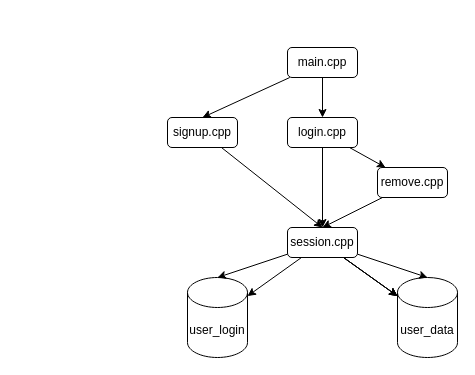
Above: projects/concept-ideas/banking-system/src/diagram.drawio in Jcabarus/personal (draw.io), before the change. Source tidied: cells renumbered, new cells numbered last; positions are measured from the earlier drawing's top-left corner, leaving out a move shared by most shapes. Both pictures are drawn from the tidied source at 100%, with x=0, y=0 at pixel (167, 47).
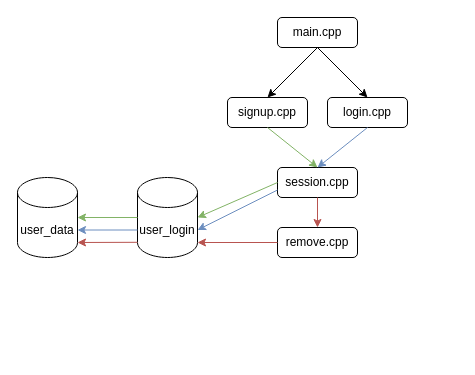
The same page after the edit.

What changed in the source:
```diff
@@
     <mxCell id="2" value="user_data" style="shape=cylinder3;whiteSpace=wrap;html=1;boundedLbl=1;backgroundOutline=1;size=15;" parent="1" vertex="1">
-      <mxGeometry x="230" y="230" width="60" height="80" as="geometry" />
+      <mxGeometry x="-150" y="130" width="60" height="80" as="geometry" />
     </mxCell>
     <mxCell id="3" value="user_login" style="shape=cylinder3;whiteSpace=wrap;html=1;boundedLbl=1;backgroundOutline=1;size=15;" parent="1" vertex="1">
-      <mxGeometry x="20" y="230" width="60" height="80" as="geometry" />
+      <mxGeometry x="-30" y="130" width="60" height="80" as="geometry" />
     </mxCell>
+    <mxCell id="6" value="login.cpp" style="rounded=1;whiteSpace=wrap;html=1;" parent="1" vertex="1">
+      <mxGeometry x="160" y="50" width="80" height="30" as="geometry" />
+    </mxCell>
+    <mxCell id="11" value="session.cpp" style="rounded=1;whiteSpace=wrap;html=1;" parent="1" vertex="1">
+      <mxGeometry x="110" y="120" width="80" height="30" as="geometry" />
+    </mxCell>
+    <mxCell id="14" value="main.cpp" style="rounded=1;whiteSpace=wrap;html=1;" parent="1" vertex="1">
+      <mxGeometry x="110" y="-30" width="80" height="30" as="geometry" />
+    </mxCell>
+    <mxCell id="16" value="signup.cpp" style="rounded=1;whiteSpace=wrap;html=1;" parent="1" vertex="1">
+      <mxGeometry x="60" y="50" width="80" height="30" as="geometry" />
+    </mxCell>
+    <mxCell id="20" value="remove.cpp" style="rounded=1;whiteSpace=wrap;html=1;" parent="1" vertex="1">
+      <mxGeometry x="110" y="180" width="80" height="30" as="geometry" />
+    </mxCell>
+    <mxCell id="15" style="endArrow=classic;html=1;exitX=0.5;exitY=1;exitDx=0;exitDy=0;entryX=0.5;entryY=0;entryDx=0;entryDy=0;strokeColor=#82b366;fillColor=#d5e8d4;" parent="1" edge="1" source="16" target="11">
+      <mxGeometry relative="1" as="geometry" />
+    </mxCell>
+    <mxCell id="21" style="endArrow=classic;html=1;exitX=0;exitY=0.5;exitDx=0;exitDy=0;entryX=1;entryY=0.5;entryDx=0;entryDy=0;strokeColor=#82b366;entryPerimeter=0;fillColor=#d5e8d4;" parent="1" edge="1" source="11" target="3">
+      <mxGeometry relative="1" as="geometry" />
+    </mxCell>
+    <mxCell id="22" style="endArrow=classic;html=1;entryX=1;entryY=0.5;entryDx=0;entryDy=0;strokeColor=#82b366;entryPerimeter=0;fillColor=#d5e8d4;" parent="1" edge="1" target="2">
+      <mxGeometry relative="1" as="geometry">
+        <mxPoint x="-30" y="170" as="sourcePoint" />
+      </mxGeometry>
+    </mxCell>
-    <mxCell id="4" style="edgeStyle=none;html=1;exitX=0.5;exitY=1;exitDx=0;exitDy=0;entryX=0.5;entryY=0;entryDx=0;entryDy=0;" parent="1" edge="1" source="6" target="11">
+    <mxCell id="4" style="endArrow=classic;html=1;fillColor=#dae8fc;strokeColor=#6c8ebf;exitX=0.5;exitY=1;exitDx=0;exitDy=0;entryX=0.5;entryY=0;entryDx=0;entryDy=0;" parent="1" edge="1" source="6" target="11">
       <mxGeometry relative="1" as="geometry" />
     </mxCell>
-    <mxCell id="5" style="edgeStyle=none;html=1;" parent="1" edge="1" source="6" target="20">
-      <mxGeometry relative="1" as="geometry" />
-    </mxCell>
-    <mxCell id="6" value="login.cpp" style="rounded=1;whiteSpace=wrap;html=1;" parent="1" vertex="1">
-      <mxGeometry x="120" y="70" width="70" height="30" as="geometry" />
-    </mxCell>
-    <mxCell id="7" style="edgeStyle=none;html=1;" parent="1" edge="1" source="11" target="3">
-      <mxGeometry relative="1" as="geometry" />
-    </mxCell>
-    <mxCell id="8" style="edgeStyle=none;html=1;" parent="1" edge="1" source="11" target="2">
-      <mxGeometry relative="1" as="geometry" />
-    </mxCell>
-    <mxCell id="9" style="edgeStyle=none;html=1;" parent="1" edge="1" source="11" target="2">
-      <mxGeometry relative="1" as="geometry" />
-    </mxCell>
-    <mxCell id="10" style="edgeStyle=none;html=1;" parent="1" edge="1" source="11" target="2">
-      <mxGeometry relative="1" as="geometry" />
-    </mxCell>
-    <mxCell id="11" value="session.cpp" style="rounded=1;whiteSpace=wrap;html=1;" parent="1" vertex="1">
-      <mxGeometry x="120" y="180" width="70" height="30" as="geometry" />
-    </mxCell>
+    <mxCell id="23" style="endArrow=classic;html=1;fillColor=#dae8fc;strokeColor=#6c8ebf;exitX=0;exitY=0.75;exitDx=0;exitDy=0;entryX=1;entryY=0;entryDx=0;entryDy=52.5;entryPerimeter=0;" parent="1" edge="1" source="11" target="3">
+      <mxGeometry relative="1" as="geometry" />
+    </mxCell>
+    <mxCell id="24" style="endArrow=classic;html=1;fillColor=#dae8fc;strokeColor=#6c8ebf;exitX=0;exitY=0;exitDx=0;exitDy=52.5;entryX=1;entryY=0;entryDx=0;entryDy=52.5;entryPerimeter=0;exitPerimeter=0;" parent="1" edge="1" source="3" target="2">
+      <mxGeometry relative="1" as="geometry" />
+    </mxCell>
+    <mxCell id="13" style="endArrow=classic;html=1;exitX=0.5;exitY=1;exitDx=0;exitDy=0;entryX=0.5;entryY=0;entryDx=0;entryDy=0;" parent="1" edge="1" source="14" target="16">
+      <mxGeometry relative="1" as="geometry" />
+    </mxCell>
-    <mxCell id="12" style="edgeStyle=none;html=1;entryX=0.5;entryY=0;entryDx=0;entryDy=0;" parent="1" edge="1" source="14" target="6">
+    <mxCell id="12" style="endArrow=classic;html=1;exitX=0.5;exitY=1;exitDx=0;exitDy=0;entryX=0.5;entryY=0;entryDx=0;entryDy=0;" parent="1" edge="1" source="14" target="6">
       <mxGeometry relative="1" as="geometry" />
     </mxCell>
-    <mxCell id="13" style="edgeStyle=none;html=1;entryX=0.5;entryY=0;entryDx=0;entryDy=0;" parent="1" edge="1" source="14" target="16">
-      <mxGeometry relative="1" as="geometry" />
-    </mxCell>
-    <mxCell id="14" value="main.cpp" style="rounded=1;whiteSpace=wrap;html=1;" parent="1" vertex="1">
-      <mxGeometry x="120" width="70" height="30" as="geometry" />
-    </mxCell>
-    <mxCell id="15" style="edgeStyle=none;html=1;entryX=0.5;entryY=0;entryDx=0;entryDy=0;" parent="1" edge="1" source="16" target="11">
-      <mxGeometry relative="1" as="geometry" />
-    </mxCell>
-    <mxCell id="16" value="signup.cpp" style="rounded=1;whiteSpace=wrap;html=1;" parent="1" vertex="1">
-      <mxGeometry y="70" width="70" height="30" as="geometry" />
-    </mxCell>
-    <mxCell id="17" style="edgeStyle=none;html=1;entryX=0.5;entryY=0;entryDx=0;entryDy=0;entryPerimeter=0;" parent="1" edge="1" source="11" target="3">
-      <mxGeometry relative="1" as="geometry" />
-    </mxCell>
-    <mxCell id="18" style="edgeStyle=none;html=1;entryX=0.5;entryY=0;entryDx=0;entryDy=0;entryPerimeter=0;" parent="1" edge="1" source="11" target="2">
-      <mxGeometry relative="1" as="geometry" />
-    </mxCell>
-    <mxCell id="19" style="edgeStyle=none;html=1;entryX=0.5;entryY=0;entryDx=0;entryDy=0;" parent="1" edge="1" source="20" target="11">
-      <mxGeometry relative="1" as="geometry" />
-    </mxCell>
-    <mxCell id="20" value="remove.cpp" style="rounded=1;whiteSpace=wrap;html=1;" parent="1" vertex="1">
-      <mxGeometry x="210" y="120" width="70" height="30" as="geometry" />
-    </mxCell>
+    <mxCell id="25" style="endArrow=classic;html=1;fillColor=#f8cecc;strokeColor=#b85450;exitX=0.5;exitY=1;exitDx=0;exitDy=0;entryX=0.5;entryY=0;entryDx=0;entryDy=0;" parent="1" edge="1" source="11" target="20">
+      <mxGeometry relative="1" as="geometry" />
+    </mxCell>
+    <mxCell id="26" style="endArrow=classic;html=1;fillColor=#f8cecc;strokeColor=#b85450;entryX=1;entryY=1;entryDx=0;entryDy=-15;exitX=0;exitY=0.5;exitDx=0;exitDy=0;entryPerimeter=0;" parent="1" edge="1" source="20" target="3">
+      <mxGeometry relative="1" as="geometry" />
+    </mxCell>
+    <mxCell id="27" style="endArrow=classic;html=1;fillColor=#f8cecc;strokeColor=#b85450;entryX=1;entryY=1;entryDx=0;entryDy=-15;exitX=0;exitY=0.5;exitDx=0;exitDy=0;entryPerimeter=0;" parent="1" edge="1" target="2">
+      <mxGeometry relative="1" as="geometry">
+        <mxPoint x="-30" y="194.8" as="sourcePoint" />
+      </mxGeometry>
+    </mxCell>
```
